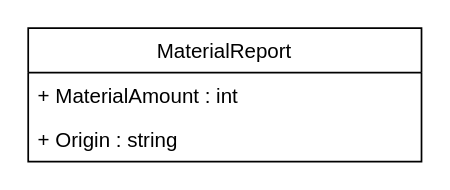
The draw.io diagram Assets/UML_Diagrams/MaterialReport.drawio in ProgramacionII-Equipo3/Proyecto, before the edit. Source tidied: cells renumbered, new cells numbered last; positions are measured from the earlier drawing's top-left corner, leaving out a move shared by most shapes. Both pictures are drawn from the tidied source at 171%, with x=0, y=0 at pixel (27, 27).
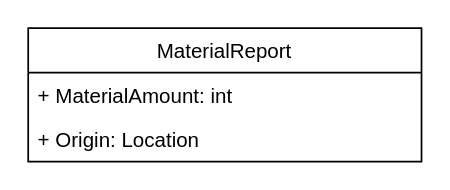
The same page after the edit.

Change to the diagram source:
```diff
@@
 <mxGraphModel>
   <root>
     <mxCell id="0" />
     <mxCell id="1" parent="0" />
     <mxCell id="2" value="MaterialReport" style="swimlane;fontStyle=0;horizontal=1;startSize=26;fillColor=none;" parent="1" vertex="1">
       <mxGeometry width="230" height="78" as="geometry" />
     </mxCell>
-    <mxCell id="3" value="+ MaterialAmount : int " style="text;strokeColor=none;fillColor=none;align=left;verticalAlign=top;spacingLeft=4;spacingRight=4;overflow=hidden;" parent="2" vertex="1">
+    <mxCell id="3" value="+ MaterialAmount: int " style="text;strokeColor=none;fillColor=none;align=left;verticalAlign=top;spacingLeft=4;spacingRight=4;overflow=hidden;" parent="2" vertex="1">
       <mxGeometry y="26" width="230" height="26" as="geometry" />
     </mxCell>
-    <mxCell id="4" value="+ Origin : string " style="text;strokeColor=none;fillColor=none;align=left;verticalAlign=top;spacingLeft=4;spacingRight=4;overflow=hidden;" parent="2" vertex="1">
+    <mxCell id="4" value="+ Origin: Location" style="text;strokeColor=none;fillColor=none;align=left;verticalAlign=top;spacingLeft=4;spacingRight=4;overflow=hidden;" parent="2" vertex="1">
       <mxGeometry y="52" width="230" height="26" as="geometry" />
     </mxCell>
   </root>
 </mxGraphModel>
```
